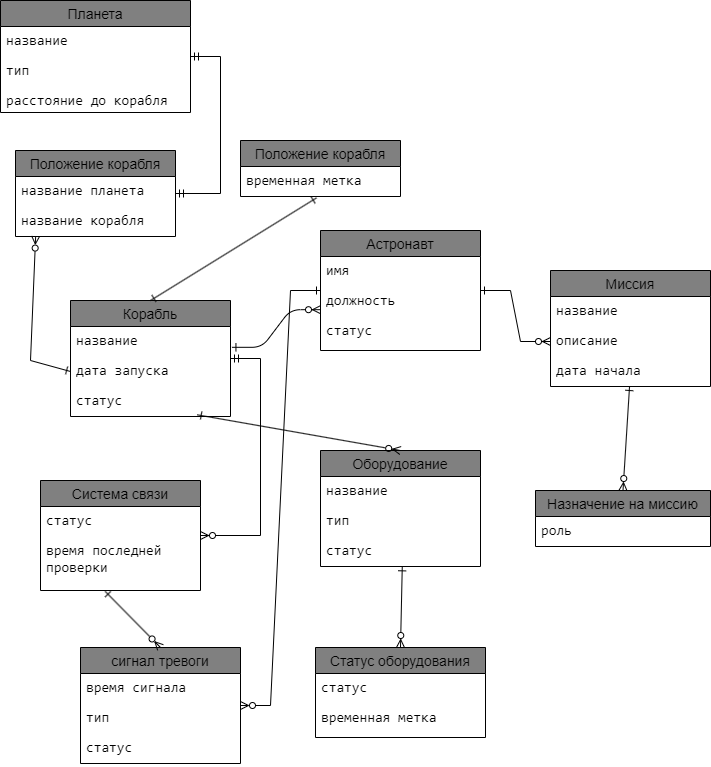
Before: Database/labs/lab1/DatabaseLab1.drawio.png, a diagram exported from draw.io (ivanstylish/ITMO-Study-Note). Source tidied: cells renumbered, new cells last; positions are measured from the earlier drawing's top-left corner, leaving out a move shared by most shapes.
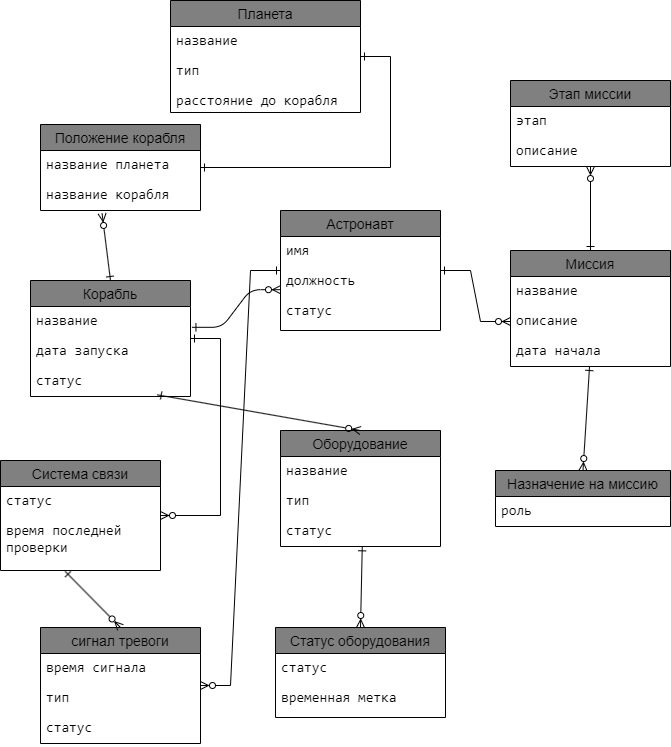
Later version of the same file.

What changed in the source:
```diff
@@ -33,7 +33,7 @@
       <mxGeometry y="86" width="160" height="34" as="geometry" />
     </mxCell>
     <mxCell id="11" value="Планета" style="swimlane;fontStyle=0;horizontal=1;startSize=26;align=center;fontSize=14;fillColor=#808080;" parent="1" vertex="1">
-      <mxGeometry width="190" height="112" as="geometry" />
+      <mxGeometry x="210" y="20" width="190" height="112" as="geometry" />
     </mxCell>
     <mxCell id="12" value="&lt;span style=&quot;font-size: 10.5pt; font-family: Consolas;&quot;&gt;&lt;font style=&quot;color: rgb(0, 0, 0);&quot;&gt;название&lt;/font&gt;&lt;/span&gt;" style="text;strokeColor=none;fillColor=none;spacingLeft=4;spacingRight=4;overflow=hidden;fontSize=12;whiteSpace=wrap;html=1;" parent="11" vertex="1">
       <mxGeometry y="26" width="190" height="30" as="geometry" />
@@ -56,6 +56,9 @@
     <mxCell id="18" value="&lt;span style=&quot;font-size: 10.5pt; font-family: Consolas;&quot;&gt;&lt;font style=&quot;color: rgb(0, 0, 0);&quot;&gt;статус&lt;/font&gt;&lt;/span&gt;" style="text;strokeColor=none;fillColor=none;spacingLeft=4;spacingRight=4;overflow=hidden;points=[[0,0.5],[1,0.5]];portConstraint=eastwest;fontSize=12;whiteSpace=wrap;html=1;" parent="15" vertex="1">
       <mxGeometry y="86" width="160" height="30" as="geometry" />
     </mxCell>
+    <mxCell id="50" style="edgeStyle=orthogonalEdgeStyle;rounded=0;jettySize=auto;html=1;endArrow=ERzeroToMany;endFill=0;startArrow=ERone;startFill=0;" parent="1" edge="1" source="19" target="51">
+      <mxGeometry relative="1" as="geometry" />
+    </mxCell>
     <mxCell id="19" value="Миссия" style="swimlane;fontStyle=0;horizontal=1;startSize=26;align=center;fontSize=14;fillColor=#808080;" parent="1" vertex="1">
       <mxGeometry x="550" y="270" width="160" height="116" as="geometry" />
     </mxCell>
@@ -98,21 +101,12 @@
     <mxCell id="32" value="&lt;span style=&quot;font-size: 10.5pt; font-family: Consolas;&quot;&gt;&lt;font style=&quot;color: rgb(0, 0, 0);&quot;&gt;статус&lt;/font&gt;&lt;/span&gt;" style="text;strokeColor=none;fillColor=none;spacingLeft=4;spacingRight=4;overflow=hidden;fontSize=12;whiteSpace=wrap;html=1;" parent="29" vertex="1">
       <mxGeometry y="86" width="160" height="30" as="geometry" />
     </mxCell>
-    <mxCell id="33" value="Положение корабля" style="swimlane;fontStyle=0;horizontal=1;startSize=26;align=center;fontSize=14;fillColor=#808080;" parent="1" vertex="1">
-      <mxGeometry x="240" y="140" width="160" height="56" as="geometry" />
-    </mxCell>
-    <mxCell id="34" value="&lt;span style=&quot;font-size: 10.5pt; font-family: Consolas;&quot;&gt;&lt;font style=&quot;color: rgb(0, 0, 0);&quot;&gt;временная метка&lt;/font&gt;&lt;/span&gt;" style="text;strokeColor=none;fillColor=none;spacingLeft=4;spacingRight=4;overflow=hidden;points=[[0,0.5],[1,0.5]];portConstraint=eastwest;fontSize=12;whiteSpace=wrap;html=1;" parent="33" vertex="1">
-      <mxGeometry y="26" width="160" height="30" as="geometry" />
-    </mxCell>
     <mxCell id="35" value="Назначение на миссию" style="swimlane;fontStyle=0;horizontal=1;startSize=26;align=center;fontSize=14;fillColor=#808080;" parent="1" vertex="1">
       <mxGeometry x="535" y="490" width="175" height="56" as="geometry" />
     </mxCell>
     <mxCell id="36" value="&lt;span style=&quot;font-size: 10.5pt; font-family: Consolas;&quot;&gt;&lt;font style=&quot;color: rgb(0, 0, 0);&quot;&gt;роль&lt;/font&gt;&lt;/span&gt;" style="text;strokeColor=none;fillColor=none;spacingLeft=4;spacingRight=4;overflow=hidden;fontSize=12;whiteSpace=wrap;html=1;" parent="35" vertex="1">
       <mxGeometry y="26" width="175" height="30" as="geometry" />
     </mxCell>
-    <mxCell id="37" style="endArrow=ERone;html=1;rounded=0;entryX=0.475;entryY=1.047;entryDx=0;entryDy=0;entryPerimeter=0;exitX=0.5;exitY=0;exitDx=0;exitDy=0;startArrow=ERone;startFill=0;endFill=0;" parent="1" edge="1" source="3" target="34">
-      <mxGeometry relative="1" as="geometry" />
-    </mxCell>
     <mxCell id="38" style="endArrow=ERzeroToMany;html=1;rounded=0;exitX=0.404;exitY=1.016;exitDx=0;exitDy=0;exitPerimeter=0;entryX=0.5;entryY=0;entryDx=0;entryDy=0;startArrow=ERone;startFill=0;endFill=0;" parent="1" edge="1" source="25" target="29">
       <mxGeometry relative="1" as="geometry" />
     </mxCell>
@@ -133,7 +127,7 @@
       </mxGeometry>
     </mxCell>
     <mxCell id="43" value="Положение корабля" style="swimlane;fontStyle=0;horizontal=1;startSize=26;align=center;fontSize=14;fillColor=light-dark(#808080,var(--ge-dark-color, #121212));" parent="1" vertex="1">
-      <mxGeometry x="15" y="150" width="160" height="86" as="geometry" />
+      <mxGeometry x="80" y="144" width="160" height="86" as="geometry" />
     </mxCell>
     <mxCell id="44" value="&lt;span style=&quot;font-family: Consolas; font-size: 14px;&quot;&gt;название планета&lt;/span&gt;" style="text;strokeColor=none;fillColor=none;spacingLeft=4;spacingRight=4;overflow=hidden;fontSize=12;whiteSpace=wrap;html=1;" parent="43" vertex="1">
       <mxGeometry y="26" width="160" height="30" as="geometry" />
@@ -141,21 +135,26 @@
     <mxCell id="45" value="&lt;span style=&quot;font-family: Consolas; font-size: 14px;&quot;&gt;название корабля&lt;/span&gt;" style="text;strokeColor=none;fillColor=none;spacingLeft=4;spacingRight=4;overflow=hidden;points=[[0,0.5],[1,0.5]];portConstraint=eastwest;fontSize=12;whiteSpace=wrap;html=1;" parent="43" vertex="1">
       <mxGeometry y="56" width="160" height="30" as="geometry" />
     </mxCell>
-    <mxCell id="46" style="edgeStyle=entityRelationEdgeStyle;fontSize=12;html=1;endArrow=ERzeroToMany;startArrow=ERmandOne;rounded=0;" parent="1" edge="1" source="3" target="23">
+    <mxCell id="46" style="edgeStyle=entityRelationEdgeStyle;fontSize=12;html=1;endArrow=ERzeroToMany;startArrow=ERone;rounded=0;startFill=0;" parent="1" edge="1" source="3" target="23">
       <mxGeometry relative="1" as="geometry" />
     </mxCell>
-    <mxCell id="47" style="edgeStyle=entityRelationEdgeStyle;fontSize=12;html=1;endArrow=ERmandOne;startArrow=ERmandOne;rounded=0;" parent="1" edge="1" source="43" target="11">
+    <mxCell id="47" style="edgeStyle=entityRelationEdgeStyle;fontSize=12;html=1;endArrow=ERone;startArrow=ERone;rounded=0;startFill=0;endFill=0;" parent="1" edge="1" source="43" target="11">
       <mxGeometry relative="1" as="geometry" />
     </mxCell>
     <mxCell id="48" style="edgeStyle=entityRelationEdgeStyle;fontSize=12;html=1;endArrow=ERone;endFill=0;rounded=0;startArrow=ERzeroToMany;startFill=0;" parent="1" edge="1" source="29" target="7">
       <mxGeometry relative="1" as="geometry" />
     </mxCell>
-    <mxCell id="49" style="endArrow=ERone;html=1;rounded=0;entryX=0;entryY=0.5;entryDx=0;entryDy=0;exitX=0.126;exitY=0.986;exitDx=0;exitDy=0;exitPerimeter=0;startArrow=ERzeroToMany;startFill=0;endFill=0;" parent="1" edge="1" source="45" target="5">
-      <mxGeometry relative="1" as="geometry">
-        <Array as="points">
-          <mxPoint x="30" y="360" />
-        </Array>
-      </mxGeometry>
+    <mxCell id="49" style="endArrow=ERone;html=1;rounded=0;entryX=0.5;entryY=0;entryDx=0;entryDy=0;exitX=0.385;exitY=1.102;exitDx=0;exitDy=0;exitPerimeter=0;startArrow=ERzeroToMany;startFill=0;endFill=0;" parent="1" edge="1" source="45" target="3">
+      <mxGeometry relative="1" as="geometry" />
     </mxCell>
+    <mxCell id="51" value="Этап миссии" style="swimlane;fontStyle=0;horizontal=1;startSize=26;align=center;fontSize=14;fillColor=#808080;" parent="1" vertex="1">
+      <mxGeometry x="550" y="100" width="160" height="86" as="geometry" />
+    </mxCell>
+    <mxCell id="52" value="&lt;font face=&quot;Consolas&quot;&gt;&lt;span style=&quot;font-size: 14px;&quot;&gt;этап&lt;/span&gt;&lt;/font&gt;" style="text;strokeColor=none;fillColor=none;spacingLeft=4;spacingRight=4;overflow=hidden;fontSize=12;whiteSpace=wrap;html=1;" parent="51" vertex="1">
+      <mxGeometry y="26" width="160" height="30" as="geometry" />
+    </mxCell>
+    <mxCell id="53" value="&lt;span style=&quot;font-size: 10.5pt; font-family: Consolas;&quot;&gt;&lt;font style=&quot;color: rgb(0, 0, 0);&quot;&gt;описание&lt;/font&gt;&lt;/span&gt;" style="text;strokeColor=none;fillColor=none;spacingLeft=4;spacingRight=4;overflow=hidden;fontSize=12;whiteSpace=wrap;html=1;" parent="51" vertex="1">
+      <mxGeometry y="56" width="160" height="30" as="geometry" />
+    </mxCell>
   </root>
 </mxGraphModel>
```
